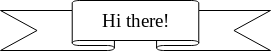
This is Untitled Diagram.png from LauriKajakko/LauriKajakko, a draw.io export, as it was before one commit. Source tidied: cells renumbered, new cells last; positions are measured from the earlier drawing's top-left corner, leaving out a move shared by most shapes. The source it was exported from:
```xml
<mxGraphModel>
  <root>
    <mxCell id="0" />
    <mxCell id="1" parent="0" />
    <mxCell id="2" style="verticalLabelPosition=bottom;verticalAlign=top;html=1;shape=mxgraph.basic.banner;" parent="1" vertex="1">
      <mxGeometry width="270" height="50" as="geometry" />
    </mxCell>
    <mxCell id="3" value="Hi there!" style="text;html=1;strokeColor=none;fillColor=none;align=center;verticalAlign=middle;whiteSpace=wrap;rounded=0;fontSize=19;fontFamily=Lucida Console;" parent="1" vertex="1">
      <mxGeometry x="97" y="10" width="76" height="20" as="geometry" />
    </mxCell>
  </root>
</mxGraphModel>
```
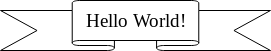
Above is the later version.

What changed in the source:
```diff
@@ -5,8 +5,8 @@
     <mxCell id="2" style="verticalLabelPosition=bottom;verticalAlign=top;html=1;shape=mxgraph.basic.banner;" parent="1" vertex="1">
       <mxGeometry width="270" height="50" as="geometry" />
     </mxCell>
-    <mxCell id="3" value="Hi there!" style="text;html=1;strokeColor=none;fillColor=none;align=center;verticalAlign=middle;whiteSpace=wrap;rounded=0;fontSize=19;fontFamily=Lucida Console;" parent="1" vertex="1">
-      <mxGeometry x="97" y="10" width="76" height="20" as="geometry" />
+    <mxCell id="3" value="Hello World!" style="text;html=1;strokeColor=none;fillColor=none;align=center;verticalAlign=middle;whiteSpace=wrap;rounded=0;fontSize=19;fontFamily=Lucida Console;" parent="1" vertex="1">
+      <mxGeometry x="81" y="10" width="110" height="20" as="geometry" />
     </mxCell>
   </root>
 </mxGraphModel>
```
